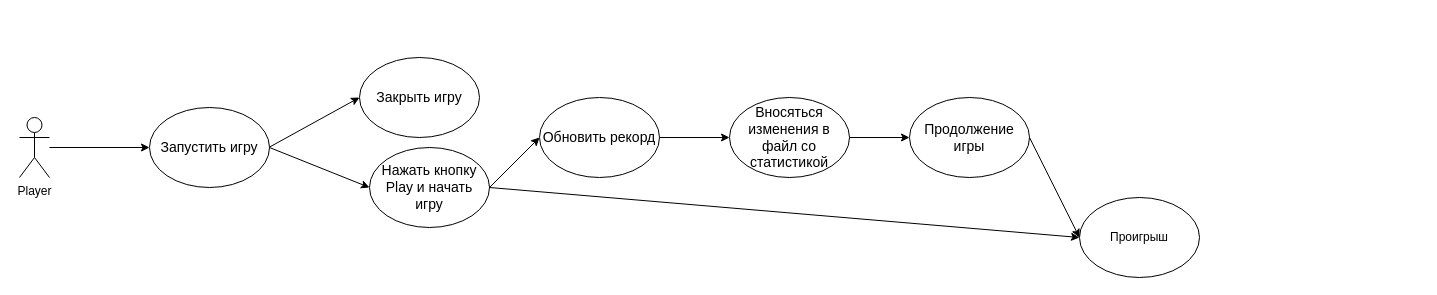
Earlier version of the draw.io diagram UseCase.drawio (postavtezachet/TRIPTO2). Source tidied: cells renumbered, new cells numbered last; positions are measured from the earlier drawing's top-left corner, leaving out a move shared by most shapes. Both pictures are drawn from the tidied source at 100%, with x=0, y=0 at pixel (19, 57).
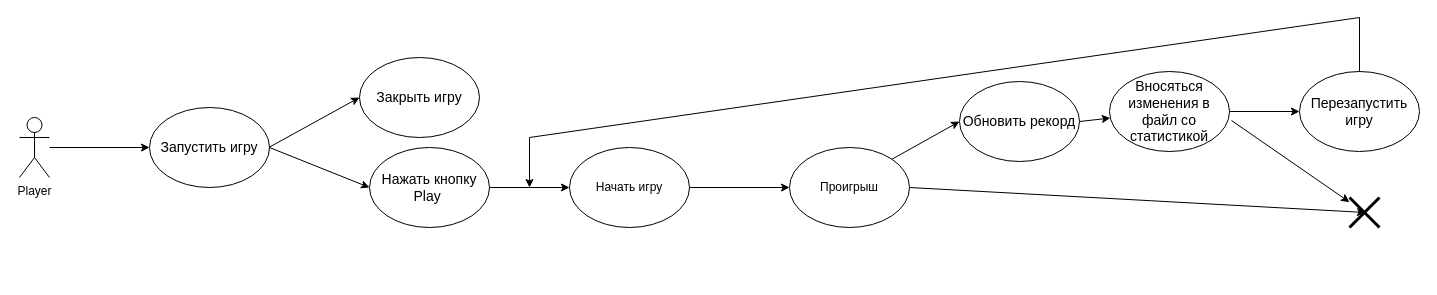
Above is the later version.

What changed in the source:
```diff
@@
-    <mxCell id="8" value="&lt;span style=&quot;font-size: 14px&quot;&gt;Нажать кнопку&lt;br&gt;Play и начать&lt;br&gt;игру&lt;br&gt;&lt;/span&gt;" style="ellipse;whiteSpace=wrap;html=1;" parent="1" vertex="1">
+    <mxCell id="8" value="&lt;span style=&quot;font-size: 14px&quot;&gt;Нажать кнопку&lt;br&gt;Play&amp;nbsp;&lt;br&gt;&lt;/span&gt;" style="ellipse;whiteSpace=wrap;html=1;" parent="1" vertex="1">
       <mxGeometry x="350" y="90" width="120" height="80" as="geometry" />
     </mxCell>
-    <mxCell id="9" style="endArrow=classic;html=1;exitX=1;exitY=0.5;exitDx=0;exitDy=0;entryX=0;entryY=0.5;entryDx=0;entryDy=0;" parent="1" edge="1" source="8" target="10">
-      <mxGeometry relative="1" as="geometry" />
-    </mxCell>
     <mxCell id="10" value="&lt;font style=&quot;font-size: 14px&quot;&gt;Обновить рекорд&lt;/font&gt;" style="ellipse;whiteSpace=wrap;html=1;" parent="1" vertex="1">
-      <mxGeometry x="520" y="40" width="120" height="80" as="geometry" />
+      <mxGeometry x="940" y="24" width="120" height="80" as="geometry" />
     </mxCell>
-    <mxCell id="11" style="endArrow=classic;html=1;exitX=1;exitY=0.5;exitDx=0;exitDy=0;" parent="1" edge="1" source="14">
-      <mxGeometry relative="1" as="geometry">
-        <mxPoint x="800" y="80" as="targetPoint" />
-      </mxGeometry>
-    </mxCell>
-    <mxCell id="12" style="endArrow=classic;html=1;exitX=1;exitY=0.5;exitDx=0;exitDy=0;entryX=0;entryY=0.5;entryDx=0;entryDy=0;" parent="1" edge="1" source="8" target="13">
-      <mxGeometry relative="1" as="geometry" />
-    </mxCell>
     <mxCell id="13" value="Проигрыш" style="ellipse;whiteSpace=wrap;html=1;" parent="1" vertex="1">
-      <mxGeometry x="1060" y="140" width="120" height="80" as="geometry" />
+      <mxGeometry x="770" y="90" width="120" height="80" as="geometry" />
     </mxCell>
     <mxCell id="14" value="&lt;font style=&quot;font-size: 14px&quot;&gt;Вносяться изменения в файл со статистикой&lt;/font&gt;" style="ellipse;whiteSpace=wrap;html=1;" parent="1" vertex="1">
-      <mxGeometry x="710" y="40" width="120" height="80" as="geometry" />
+      <mxGeometry x="1090" y="14" width="120" height="80" as="geometry" />
     </mxCell>
@@
-    <mxCell id="16" style="endArrow=classic;html=1;exitX=1;exitY=0.5;exitDx=0;exitDy=0;" parent="1" edge="1" source="14">
-      <mxGeometry relative="1" as="geometry">
-        <mxPoint x="890" y="80" as="targetPoint" />
-      </mxGeometry>
+    <mxCell id="16" style="endArrow=classic;html=1;exitX=1;exitY=0.5;exitDx=0;exitDy=0;entryX=0;entryY=0.5;entryDx=0;entryDy=0;" parent="1" edge="1" source="14" target="17">
+      <mxGeometry relative="1" as="geometry" />
     </mxCell>
-    <mxCell id="17" value="&lt;font style=&quot;font-size: 14px&quot;&gt;Продолжение игры&lt;/font&gt;" style="ellipse;whiteSpace=wrap;html=1;" parent="1" vertex="1">
-      <mxGeometry x="890" y="40" width="120" height="80" as="geometry" />
+    <mxCell id="17" value="&lt;font style=&quot;font-size: 14px&quot;&gt;Перезапустить&lt;br&gt;игру&lt;br&gt;&lt;/font&gt;" style="ellipse;whiteSpace=wrap;html=1;" parent="1" vertex="1">
+      <mxGeometry x="1280" y="14" width="120" height="80" as="geometry" />
     </mxCell>
-    <mxCell id="18" style="endArrow=classic;html=1;exitX=1;exitY=0.5;exitDx=0;exitDy=0;entryX=0;entryY=0.5;entryDx=0;entryDy=0;" parent="1" edge="1" source="17" target="13">
-      <mxGeometry relative="1" as="geometry" />
-    </mxCell>
+    <mxCell id="19" style="endArrow=classic;html=1;rounded=0;exitX=1;exitY=0.5;exitDx=0;exitDy=0;" parent="1" edge="1" source="8">
+      <mxGeometry relative="1" as="geometry">
+        <mxPoint x="550" y="130" as="targetPoint" />
+      </mxGeometry>
+    </mxCell>
+    <mxCell id="20" value="Начать игру" style="ellipse;whiteSpace=wrap;html=1;" parent="1" vertex="1">
+      <mxGeometry x="550" y="90" width="120" height="80" as="geometry" />
+    </mxCell>
+    <mxCell id="21" style="endArrow=classic;html=1;rounded=0;entryX=0;entryY=0.5;entryDx=0;entryDy=0;" parent="1" edge="1" target="13">
+      <mxGeometry relative="1" as="geometry">
+        <mxPoint x="670" y="130" as="sourcePoint" />
+      </mxGeometry>
+    </mxCell>
+    <mxCell id="22" style="endArrow=classic;html=1;rounded=0;exitX=1;exitY=0;exitDx=0;exitDy=0;entryX=0;entryY=0.5;entryDx=0;entryDy=0;" parent="1" edge="1" source="13" target="10">
+      <mxGeometry relative="1" as="geometry" />
+    </mxCell>
+    <mxCell id="23" style="endArrow=classic;html=1;rounded=0;" parent="1" edge="1">
+      <mxGeometry relative="1" as="geometry">
+        <mxPoint x="510" y="80" as="sourcePoint" />
+        <mxPoint x="510" y="130" as="targetPoint" />
+      </mxGeometry>
+    </mxCell>
+    <mxCell id="24" style="endArrow=none;html=1;rounded=0;exitX=0.5;exitY=0;exitDx=0;exitDy=0;" parent="1" edge="1" source="17">
+      <mxGeometry relative="1" as="geometry">
+        <mxPoint x="1340" y="-40" as="targetPoint" />
+      </mxGeometry>
+    </mxCell>
+    <mxCell id="25" style="endArrow=none;html=1;rounded=0;" parent="1" edge="1">
+      <mxGeometry relative="1" as="geometry">
+        <mxPoint x="510" y="80" as="sourcePoint" />
+        <mxPoint x="1340" y="-40" as="targetPoint" />
+      </mxGeometry>
+    </mxCell>
+    <mxCell id="26" style="shape=umlDestroy;whiteSpace=wrap;html=1;strokeWidth=3;strokeColor=default;" parent="1" vertex="1">
+      <mxGeometry x="1330" y="140" width="30" height="30" as="geometry" />
+    </mxCell>
+    <mxCell id="27" style="endArrow=classic;html=1;rounded=0;exitX=1;exitY=0.5;exitDx=0;exitDy=0;entryX=0.533;entryY=0.5;entryDx=0;entryDy=0;entryPerimeter=0;" parent="1" edge="1" source="13" target="26">
+      <mxGeometry relative="1" as="geometry" />
+    </mxCell>
+    <mxCell id="28" style="endArrow=classic;html=1;rounded=0;exitX=1.017;exitY=0.613;exitDx=0;exitDy=0;exitPerimeter=0;" parent="1" edge="1" source="14" target="26">
+      <mxGeometry relative="1" as="geometry" />
+    </mxCell>
```
